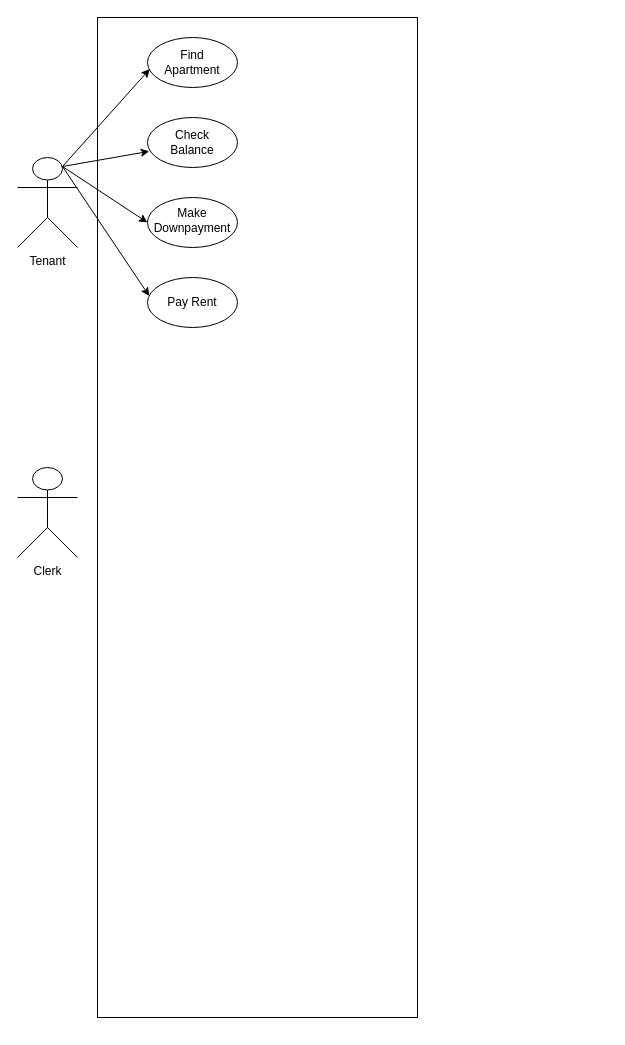
Before: USE CASE.drawio in Beskiit/DIAGRAMS, a draw.io diagram. Source tidied: cells renumbered, new cells numbered last; positions are measured from the earlier drawing's top-left corner, leaving out a move shared by most shapes. Both pictures are drawn from the tidied source at 100%, with x=0, y=0 at pixel (17, 17).
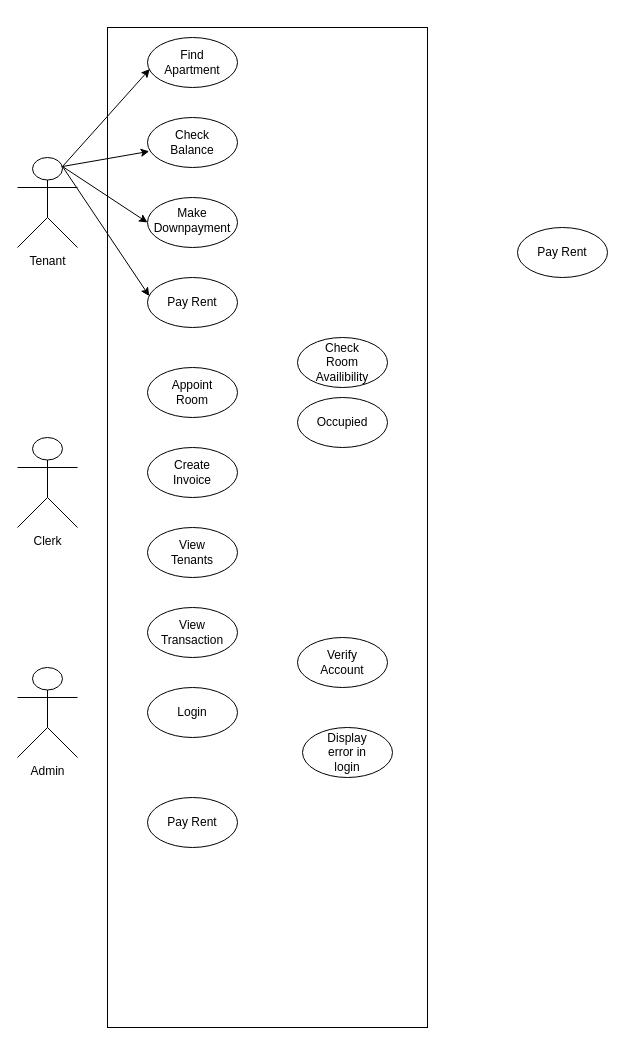
Above is the later version.

Diff of the diagram source:
```diff
@@
     <mxCell id="2" style="rounded=0;whiteSpace=wrap;html=1;" parent="1" vertex="1">
-      <mxGeometry x="80" width="320" height="1000" as="geometry" />
+      <mxGeometry x="90" y="10" width="320" height="1000" as="geometry" />
     </mxCell>
@@
     <mxCell id="4" value="Clerk" style="shape=umlActor;verticalLabelPosition=bottom;verticalAlign=top;html=1;" parent="1" vertex="1">
-      <mxGeometry y="450" width="60" height="90" as="geometry" />
+      <mxGeometry y="420" width="60" height="90" as="geometry" />
     </mxCell>
@@
+    <mxCell id="17" value="Admin" style="shape=umlActor;verticalLabelPosition=bottom;verticalAlign=top;html=1;" parent="1" vertex="1">
+      <mxGeometry y="650" width="60" height="90" as="geometry" />
+    </mxCell>
+    <mxCell id="18" style="ellipse;whiteSpace=wrap;html=1;" parent="1" vertex="1">
+      <mxGeometry x="500" y="210" width="90" height="50" as="geometry" />
+    </mxCell>
+    <mxCell id="19" value="Pay Rent" style="text;html=1;align=center;verticalAlign=middle;whiteSpace=wrap;rounded=0;" parent="1" vertex="1">
+      <mxGeometry x="515" y="220" width="60" height="30" as="geometry" />
+    </mxCell>
+    <mxCell id="20" style="ellipse;whiteSpace=wrap;html=1;" parent="1" vertex="1">
+      <mxGeometry x="130" y="590" width="90" height="50" as="geometry" />
+    </mxCell>
+    <mxCell id="21" value="View Transaction" style="text;html=1;align=center;verticalAlign=middle;whiteSpace=wrap;rounded=0;" parent="1" vertex="1">
+      <mxGeometry x="145" y="600" width="60" height="30" as="geometry" />
+    </mxCell>
+    <mxCell id="22" style="ellipse;whiteSpace=wrap;html=1;" parent="1" vertex="1">
+      <mxGeometry x="130" y="350" width="90" height="50" as="geometry" />
+    </mxCell>
+    <mxCell id="23" value="Appoint Room" style="text;html=1;align=center;verticalAlign=middle;whiteSpace=wrap;rounded=0;" parent="1" vertex="1">
+      <mxGeometry x="145" y="360" width="60" height="30" as="geometry" />
+    </mxCell>
+    <mxCell id="24" style="ellipse;whiteSpace=wrap;html=1;" parent="1" vertex="1">
+      <mxGeometry x="130" y="430" width="90" height="50" as="geometry" />
+    </mxCell>
+    <mxCell id="25" value="Create Invoice" style="text;html=1;align=center;verticalAlign=middle;whiteSpace=wrap;rounded=0;" parent="1" vertex="1">
+      <mxGeometry x="145" y="440" width="60" height="30" as="geometry" />
+    </mxCell>
+    <mxCell id="26" style="ellipse;whiteSpace=wrap;html=1;" parent="1" vertex="1">
+      <mxGeometry x="130" y="510" width="90" height="50" as="geometry" />
+    </mxCell>
+    <mxCell id="27" value="View Tenants" style="text;html=1;align=center;verticalAlign=middle;whiteSpace=wrap;rounded=0;" parent="1" vertex="1">
+      <mxGeometry x="145" y="520" width="60" height="30" as="geometry" />
+    </mxCell>
+    <mxCell id="28" style="ellipse;whiteSpace=wrap;html=1;" parent="1" vertex="1">
+      <mxGeometry x="130" y="670" width="90" height="50" as="geometry" />
+    </mxCell>
+    <mxCell id="29" value="Login" style="text;html=1;align=center;verticalAlign=middle;whiteSpace=wrap;rounded=0;" parent="1" vertex="1">
+      <mxGeometry x="145" y="680" width="60" height="30" as="geometry" />
+    </mxCell>
+    <mxCell id="30" style="ellipse;whiteSpace=wrap;html=1;" parent="1" vertex="1">
+      <mxGeometry x="280" y="320" width="90" height="50" as="geometry" />
+    </mxCell>
+    <mxCell id="31" value="Check Room Availibility" style="text;html=1;align=center;verticalAlign=middle;whiteSpace=wrap;rounded=0;" parent="1" vertex="1">
+      <mxGeometry x="295" y="330" width="60" height="30" as="geometry" />
+    </mxCell>
+    <mxCell id="32" style="ellipse;whiteSpace=wrap;html=1;" parent="1" vertex="1">
+      <mxGeometry x="280" y="620" width="90" height="50" as="geometry" />
+    </mxCell>
+    <mxCell id="33" value="Verify Account" style="text;html=1;align=center;verticalAlign=middle;whiteSpace=wrap;rounded=0;" parent="1" vertex="1">
+      <mxGeometry x="295" y="630" width="60" height="30" as="geometry" />
+    </mxCell>
+    <mxCell id="34" style="ellipse;whiteSpace=wrap;html=1;" parent="1" vertex="1">
+      <mxGeometry x="285" y="710" width="90" height="50" as="geometry" />
+    </mxCell>
+    <mxCell id="35" value="Display error in login" style="text;html=1;align=center;verticalAlign=middle;whiteSpace=wrap;rounded=0;" parent="1" vertex="1">
+      <mxGeometry x="300" y="720" width="60" height="30" as="geometry" />
+    </mxCell>
+    <mxCell id="36" style="ellipse;whiteSpace=wrap;html=1;" parent="1" vertex="1">
+      <mxGeometry x="280" y="380" width="90" height="50" as="geometry" />
+    </mxCell>
+    <mxCell id="37" value="Occupied" style="text;html=1;align=center;verticalAlign=middle;whiteSpace=wrap;rounded=0;" parent="1" vertex="1">
+      <mxGeometry x="295" y="390" width="60" height="30" as="geometry" />
+    </mxCell>
+    <mxCell id="38" style="ellipse;whiteSpace=wrap;html=1;" parent="1" vertex="1">
+      <mxGeometry x="130" y="780" width="90" height="50" as="geometry" />
+    </mxCell>
+    <mxCell id="39" value="Pay Rent" style="text;html=1;align=center;verticalAlign=middle;whiteSpace=wrap;rounded=0;" parent="1" vertex="1">
+      <mxGeometry x="145" y="790" width="60" height="30" as="geometry" />
+    </mxCell>
```
